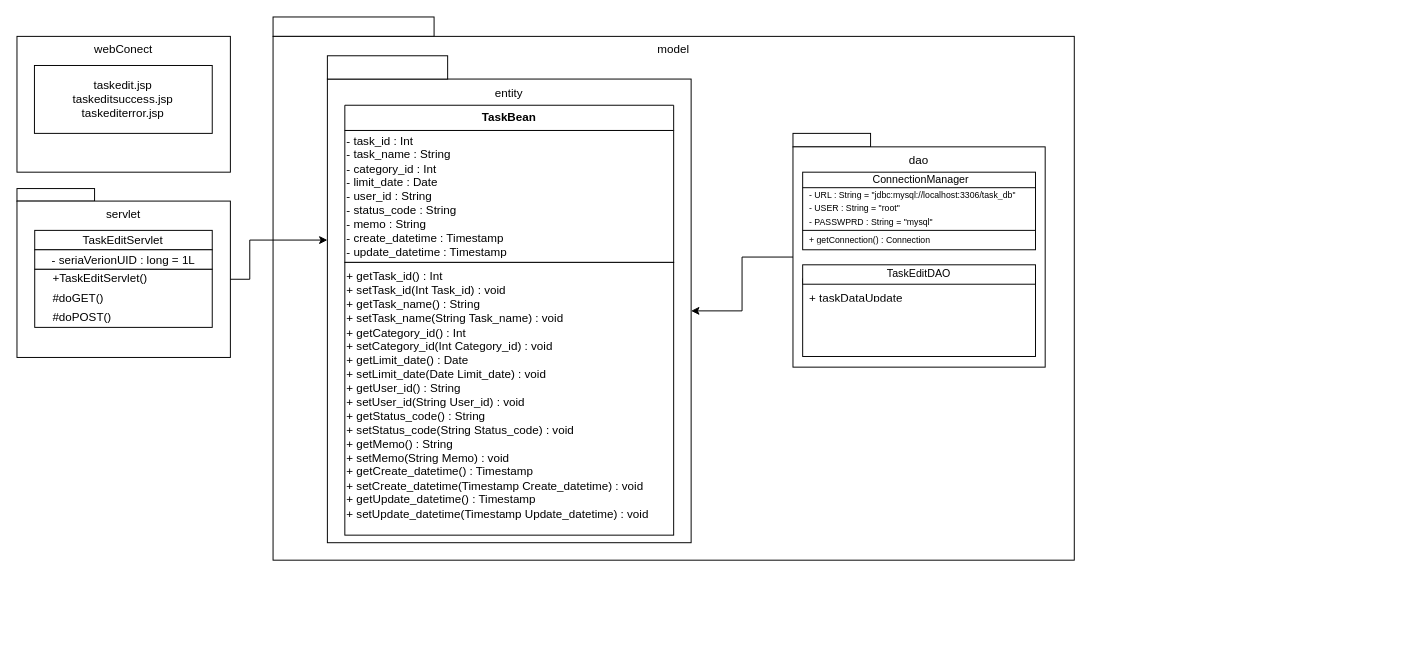
This is 詳細クラス図山下.drawio from Kimoto-Shogo/task_mgmt_system, a draw.io file, before an edit. Source tidied: cells renumbered, new cells numbered last; positions are measured from the earlier drawing's top-left corner, leaving out a move shared by most shapes. Both pictures are drawn from the tidied source at 97%, with x=0, y=0 at pixel (16, 16).
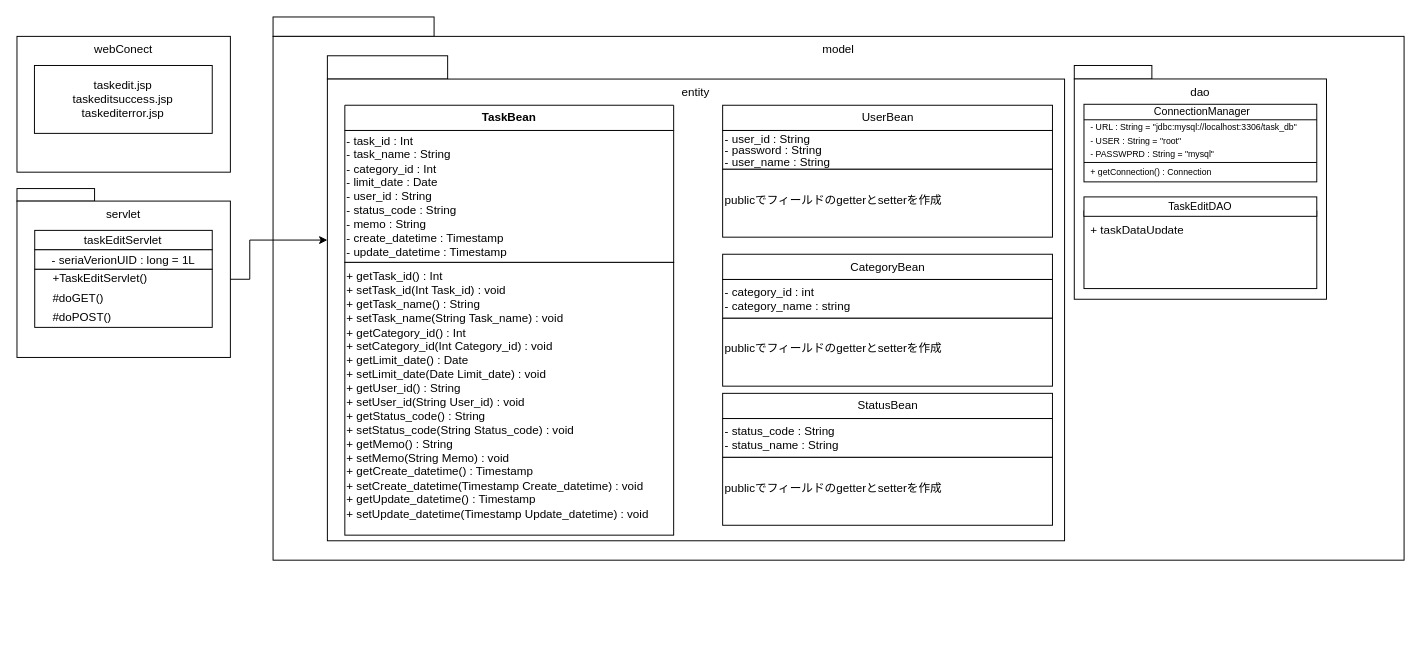
Above is the later version.

Unchanged cells that the change refers to:
```xml
<mxCell id="7" style="group;" parent="1" vertex="1">
  <mxGeometry y="180" width="240" height="171" as="geometry" />
</mxCell>
<mxCell id="9" value="servlet" style="rounded=0;whiteSpace=wrap;html=1;align=center;labelPosition=center;verticalLabelPosition=middle;verticalAlign=top;" parent="7" vertex="1">
  <mxGeometry y="9.8" width="220" height="161.2" as="geometry" />
</mxCell>
<mxCell id="25" value="dao" style="rounded=0;whiteSpace=wrap;html=1;align=center;labelPosition=center;verticalLabelPosition=middle;verticalAlign=top;" parent="23" vertex="1">
  <mxGeometry y="13.9" width="260" height="227.1" as="geometry" />
</mxCell>
```

The edit, as a diff of the source:
```diff
@@
     <mxCell id="3" value="model" style="rounded=0;whiteSpace=wrap;html=1;verticalAlign=top;" parent="1" vertex="1">
-      <mxGeometry x="264" y="20" width="826" height="540" as="geometry" />
+      <mxGeometry x="264" y="20" width="1166" height="540" as="geometry" />
     </mxCell>
@@
-    <mxCell id="10" value="TaskEdit&lt;span style=&quot;background-color: transparent; color: light-dark(rgb(0, 0, 0), rgb(255, 255, 255));&quot;&gt;Servlet&lt;/span&gt;" style="rounded=0;whiteSpace=wrap;html=1;verticalAlign=top;spacingTop=-3;" parent="7" vertex="1">
+    <mxCell id="10" value="taskEdit&lt;span style=&quot;background-color: transparent; color: light-dark(rgb(0, 0, 0), rgb(255, 255, 255));&quot;&gt;Servlet&lt;/span&gt;" style="rounded=0;whiteSpace=wrap;html=1;verticalAlign=top;spacingTop=-3;" parent="7" vertex="1">
       <mxGeometry x="18.3" y="40" width="183" height="20" as="geometry" />
     </mxCell>
@@
-    <mxCell id="21" style="group;" parent="1" vertex="1">
-      <mxGeometry x="800" y="120" width="260" height="241" as="geometry" />
-    </mxCell>
+    <mxCell id="59" style="edgeStyle=orthogonalEdgeStyle;rounded=0;jettySize=auto;html=1;exitX=1;exitY=0.5;exitDx=0;exitDy=0;" parent="1" edge="1" source="9" target="53">
+      <mxGeometry relative="1" as="geometry">
+        <Array as="points">
+          <mxPoint x="240" y="270" />
+          <mxPoint x="240" y="230" />
+        </Array>
+      </mxGeometry>
+    </mxCell>
+    <mxCell id="54" style="rounded=0;whiteSpace=wrap;html=1;direction=west;" parent="1" vertex="1">
+      <mxGeometry x="320" y="40" width="124" height="24" as="geometry" />
+    </mxCell>
+    <mxCell id="60" style="group;" parent="1" vertex="1">
+      <mxGeometry x="320" y="40" width="765" height="603" as="geometry" />
+    </mxCell>
+    <mxCell id="61" style="group;" parent="60" vertex="1">
+      <mxGeometry y="24" width="760" height="476" as="geometry" />
+    </mxCell>
+    <mxCell id="53" value="entity" style="rounded=0;whiteSpace=wrap;html=1;spacingTop=-449;direction=west;" parent="61" vertex="1">
+      <mxGeometry width="760" height="476" as="geometry" />
+    </mxCell>
+    <mxCell id="62" style="group;" parent="61" vertex="1">
+      <mxGeometry x="18" y="27" width="339" height="443.2" as="geometry" />
+    </mxCell>
+    <mxCell id="55" value="- task_id : Int&lt;div&gt;- task_name : String&lt;/div&gt;&lt;div&gt;- category_id : Int&lt;/div&gt;&lt;div&gt;- limit_date : Date&lt;/div&gt;&lt;div&gt;- user_id : String&lt;/div&gt;&lt;div&gt;- status_code : String&lt;/div&gt;&lt;div&gt;- memo : String&lt;/div&gt;&lt;div&gt;- create_datetime : Timestamp&lt;/div&gt;&lt;div&gt;- update_datetime : Timestamp&lt;/div&gt;" style="rounded=0;whiteSpace=wrap;html=1;align=left;direction=west;" parent="62" vertex="1">
+      <mxGeometry y="26" width="339" height="136" as="geometry" />
+    </mxCell>
+    <mxCell id="56" value="+ getTask_id() : Int&lt;div&gt;+ setTask_id(Int Task_id) : void&lt;/div&gt;&lt;div&gt;+ getTask_name() : String&lt;div&gt;+ setTask_name(String Task_name) : void&lt;/div&gt;&lt;/div&gt;&lt;div&gt;&lt;span style=&quot;background-color: transparent; color: light-dark(rgb(0, 0, 0), rgb(255, 255, 255));&quot;&gt;+ getCategory_id() : Int&lt;/span&gt;&lt;/div&gt;&lt;div&gt;&lt;div&gt;+ setCategory_id(Int Category_id) : void&lt;/div&gt;&lt;/div&gt;&lt;div&gt;+ getLimit_date() : Date&lt;div&gt;+ setLimit_date(Date Limit_date) : void&lt;/div&gt;&lt;/div&gt;&lt;div&gt;+ getUser_id() : String&lt;div&gt;+ setUser_id(String User_id) : void&lt;/div&gt;&lt;/div&gt;&lt;div&gt;+ getStatus_code() : String&lt;div&gt;+ setStatus_code(String Status_code) : void&lt;/div&gt;&lt;/div&gt;&lt;div&gt;+ getMemo() : String&lt;div&gt;+ setMemo(String Memo) : void&lt;/div&gt;&lt;/div&gt;&lt;div&gt;+ getCreate_datetime() : Timestamp&lt;div&gt;+ setCreate_datetime(&lt;span style=&quot;background-color: transparent; color: light-dark(rgb(0, 0, 0), rgb(255, 255, 255));&quot;&gt;Timestamp&lt;/span&gt;&lt;span style=&quot;background-color: transparent; color: light-dark(rgb(0, 0, 0), rgb(255, 255, 255));&quot;&gt;&amp;nbsp;Create_datetime&lt;/span&gt;&lt;span style=&quot;background-color: transparent; color: light-dark(rgb(0, 0, 0), rgb(255, 255, 255));&quot;&gt;) : void&lt;/span&gt;&lt;/div&gt;&lt;/div&gt;&lt;div&gt;+ getUpdate_datetime() : Timestamp&lt;div&gt;+ setUpdate_datetime(&lt;span style=&quot;background-color: transparent; color: light-dark(rgb(0, 0, 0), rgb(255, 255, 255));&quot;&gt;Timestamp&lt;/span&gt;&lt;span style=&quot;background-color: transparent; color: light-dark(rgb(0, 0, 0), rgb(255, 255, 255));&quot;&gt;&amp;nbsp;Update_datetime&lt;/span&gt;&lt;span style=&quot;background-color: transparent; color: light-dark(rgb(0, 0, 0), rgb(255, 255, 255));&quot;&gt;) : void&lt;/span&gt;&lt;/div&gt;&lt;/div&gt;" style="rounded=0;whiteSpace=wrap;html=1;align=left;spacingTop=-7;direction=west;" parent="62" vertex="1">
+      <mxGeometry y="162" width="339" height="281.2" as="geometry" />
+    </mxCell>
+    <mxCell id="57" value="TaskBean" style="swimlane;whiteSpace=wrap;html=1;direction=west;startSize=441;" parent="62" vertex="1">
+      <mxGeometry width="339" height="26" as="geometry" />
+    </mxCell>
+    <mxCell id="63" style="group;" parent="61" vertex="1">
+      <mxGeometry x="407.5" y="27" width="340" height="136" as="geometry" />
+    </mxCell>
+    <mxCell id="64" value="UserBean" style="rounded=0;whiteSpace=wrap;html=1;" parent="63" vertex="1">
+      <mxGeometry width="340" height="26" as="geometry" />
+    </mxCell>
+    <mxCell id="65" style="group;" parent="63" vertex="1">
+      <mxGeometry y="26" width="340" height="110" as="geometry" />
+    </mxCell>
+    <mxCell id="66" value="&lt;div style=&quot;line-height: 100%;&quot;&gt;&lt;font&gt;- user_id : String&lt;/font&gt;&lt;div&gt;&lt;font&gt;- password : String&lt;br&gt;&lt;/font&gt;&lt;div&gt;&lt;font&gt;- user_name : String&lt;/font&gt;&lt;/div&gt;&lt;/div&gt;&lt;/div&gt;" style="rounded=0;whiteSpace=wrap;html=1;align=left;direction=west;" parent="65" vertex="1">
+      <mxGeometry width="340" height="40" as="geometry" />
+    </mxCell>
+    <mxCell id="67" value="publicでフィールドのgetterとsetterを作成" style="rounded=0;whiteSpace=wrap;html=1;align=left;spacingTop=-7;direction=west;" parent="65" vertex="1">
+      <mxGeometry y="40" width="340" height="70" as="geometry" />
+    </mxCell>
+    <mxCell id="68" style="group;" parent="61" vertex="1">
+      <mxGeometry x="407.5" y="180.6" width="340" height="136" as="geometry" />
+    </mxCell>
+    <mxCell id="69" value="CategoryBean" style="rounded=0;whiteSpace=wrap;html=1;" parent="68" vertex="1">
+      <mxGeometry width="340" height="26" as="geometry" />
+    </mxCell>
+    <mxCell id="70" style="group;" parent="68" vertex="1">
+      <mxGeometry y="26" width="340" height="110" as="geometry" />
+    </mxCell>
+    <mxCell id="71" value="- category_id : int&lt;div&gt;- category_name : string&lt;/div&gt;" style="rounded=0;whiteSpace=wrap;html=1;align=left;direction=west;" parent="70" vertex="1">
+      <mxGeometry width="340" height="40" as="geometry" />
+    </mxCell>
+    <mxCell id="72" value="publicでフィールドのgetterとsetterを作成" style="rounded=0;whiteSpace=wrap;html=1;align=left;spacingTop=-7;direction=west;" parent="70" vertex="1">
+      <mxGeometry y="40" width="340" height="70" as="geometry" />
+    </mxCell>
+    <mxCell id="73" style="group;" parent="61" vertex="1">
+      <mxGeometry x="407.5" y="324" width="340" height="136" as="geometry" />
+    </mxCell>
+    <mxCell id="74" value="StatusBean" style="rounded=0;whiteSpace=wrap;html=1;" parent="73" vertex="1">
+      <mxGeometry width="340" height="26" as="geometry" />
+    </mxCell>
+    <mxCell id="75" style="group;" parent="73" vertex="1">
+      <mxGeometry y="26" width="340" height="110" as="geometry" />
+    </mxCell>
+    <mxCell id="76" value="- status_code : String&lt;div&gt;- status_name : String&lt;/div&gt;" style="rounded=0;whiteSpace=wrap;html=1;align=left;direction=west;" parent="75" vertex="1">
+      <mxGeometry width="340" height="40" as="geometry" />
+    </mxCell>
+    <mxCell id="77" value="publicでフィールドのgetterとsetterを作成" style="rounded=0;whiteSpace=wrap;html=1;align=left;spacingTop=-7;direction=west;" parent="75" vertex="1">
+      <mxGeometry y="40" width="340" height="70" as="geometry" />
+    </mxCell>
-    <mxCell id="22" style="group;" parent="21" vertex="1">
-      <mxGeometry width="260" height="241" as="geometry" />
+    <mxCell id="22" style="group;" parent="1" vertex="1">
+      <mxGeometry x="1090" y="50" width="260" height="241" as="geometry" />
     </mxCell>
@@
-    <mxCell id="52" style="group;direction=west;" parent="1" vertex="1">
-      <mxGeometry x="320" y="40" width="375" height="603" as="geometry" />
-    </mxCell>
-    <mxCell id="53" value="entity" style="rounded=0;whiteSpace=wrap;html=1;spacingTop=-449;direction=west;" parent="52" vertex="1">
-      <mxGeometry y="24" width="375" height="478" as="geometry" />
-    </mxCell>
-    <mxCell id="54" style="rounded=0;whiteSpace=wrap;html=1;direction=west;" parent="52" vertex="1">
-      <mxGeometry width="124" height="24" as="geometry" />
-    </mxCell>
-    <mxCell id="55" value="- task_id : Int&lt;div&gt;- task_name : String&lt;/div&gt;&lt;div&gt;- category_id : Int&lt;/div&gt;&lt;div&gt;- limit_date : Date&lt;/div&gt;&lt;div&gt;- user_id : String&lt;/div&gt;&lt;div&gt;- status_code : String&lt;/div&gt;&lt;div&gt;- memo : String&lt;/div&gt;&lt;div&gt;- create_datetime : Timestamp&lt;/div&gt;&lt;div&gt;- update_datetime : Timestamp&lt;/div&gt;" style="rounded=0;whiteSpace=wrap;html=1;align=left;direction=west;" parent="52" vertex="1">
-      <mxGeometry x="18" y="77" width="339" height="136" as="geometry" />
-    </mxCell>
-    <mxCell id="56" value="+ getTask_id() : Int&lt;div&gt;+ setTask_id(Int Task_id) : void&lt;/div&gt;&lt;div&gt;+ getTask_name() : String&lt;div&gt;+ setTask_name(String Task_name) : void&lt;/div&gt;&lt;/div&gt;&lt;div&gt;&lt;span style=&quot;background-color: transparent; color: light-dark(rgb(0, 0, 0), rgb(255, 255, 255));&quot;&gt;+ getCategory_id() : Int&lt;/span&gt;&lt;/div&gt;&lt;div&gt;&lt;div&gt;+ setCategory_id(Int Category_id) : void&lt;/div&gt;&lt;/div&gt;&lt;div&gt;+ getLimit_date() : Date&lt;div&gt;+ setLimit_date(Date Limit_date) : void&lt;/div&gt;&lt;/div&gt;&lt;div&gt;+ getUser_id() : String&lt;div&gt;+ setUser_id(String User_id) : void&lt;/div&gt;&lt;/div&gt;&lt;div&gt;+ getStatus_code() : String&lt;div&gt;+ setStatus_code(String Status_code) : void&lt;/div&gt;&lt;/div&gt;&lt;div&gt;+ getMemo() : String&lt;div&gt;+ setMemo(String Memo) : void&lt;/div&gt;&lt;/div&gt;&lt;div&gt;+ getCreate_datetime() : Timestamp&lt;div&gt;+ setCreate_datetime(&lt;span style=&quot;background-color: transparent; color: light-dark(rgb(0, 0, 0), rgb(255, 255, 255));&quot;&gt;Timestamp&lt;/span&gt;&lt;span style=&quot;background-color: transparent; color: light-dark(rgb(0, 0, 0), rgb(255, 255, 255));&quot;&gt;&amp;nbsp;Create_datetime&lt;/span&gt;&lt;span style=&quot;background-color: transparent; color: light-dark(rgb(0, 0, 0), rgb(255, 255, 255));&quot;&gt;) : void&lt;/span&gt;&lt;/div&gt;&lt;/div&gt;&lt;div&gt;+ getUpdate_datetime() : Timestamp&lt;div&gt;+ setUpdate_datetime(&lt;span style=&quot;background-color: transparent; color: light-dark(rgb(0, 0, 0), rgb(255, 255, 255));&quot;&gt;Timestamp&lt;/span&gt;&lt;span style=&quot;background-color: transparent; color: light-dark(rgb(0, 0, 0), rgb(255, 255, 255));&quot;&gt;&amp;nbsp;Update_datetime&lt;/span&gt;&lt;span style=&quot;background-color: transparent; color: light-dark(rgb(0, 0, 0), rgb(255, 255, 255));&quot;&gt;) : void&lt;/span&gt;&lt;/div&gt;&lt;/div&gt;" style="rounded=0;whiteSpace=wrap;html=1;align=left;spacingTop=-7;direction=west;" parent="52" vertex="1">
-      <mxGeometry x="18" y="213" width="339" height="281.2" as="geometry" />
-    </mxCell>
-    <mxCell id="57" value="TaskBean" style="swimlane;whiteSpace=wrap;html=1;direction=west;startSize=441;" parent="52" vertex="1">
-      <mxGeometry x="18" y="51" width="339" height="26" as="geometry" />
-    </mxCell>
-    <mxCell id="58" style="edgeStyle=orthogonalEdgeStyle;rounded=0;jettySize=auto;html=1;" parent="1" edge="1" source="25" target="53">
-      <mxGeometry relative="1" as="geometry" />
-    </mxCell>
-    <mxCell id="59" style="edgeStyle=orthogonalEdgeStyle;rounded=0;jettySize=auto;html=1;exitX=1;exitY=0.5;exitDx=0;exitDy=0;" parent="1" edge="1" source="9" target="53">
-      <mxGeometry relative="1" as="geometry">
-        <Array as="points">
-          <mxPoint x="240" y="270" />
-          <mxPoint x="240" y="230" />
-        </Array>
-      </mxGeometry>
-    </mxCell>
```
